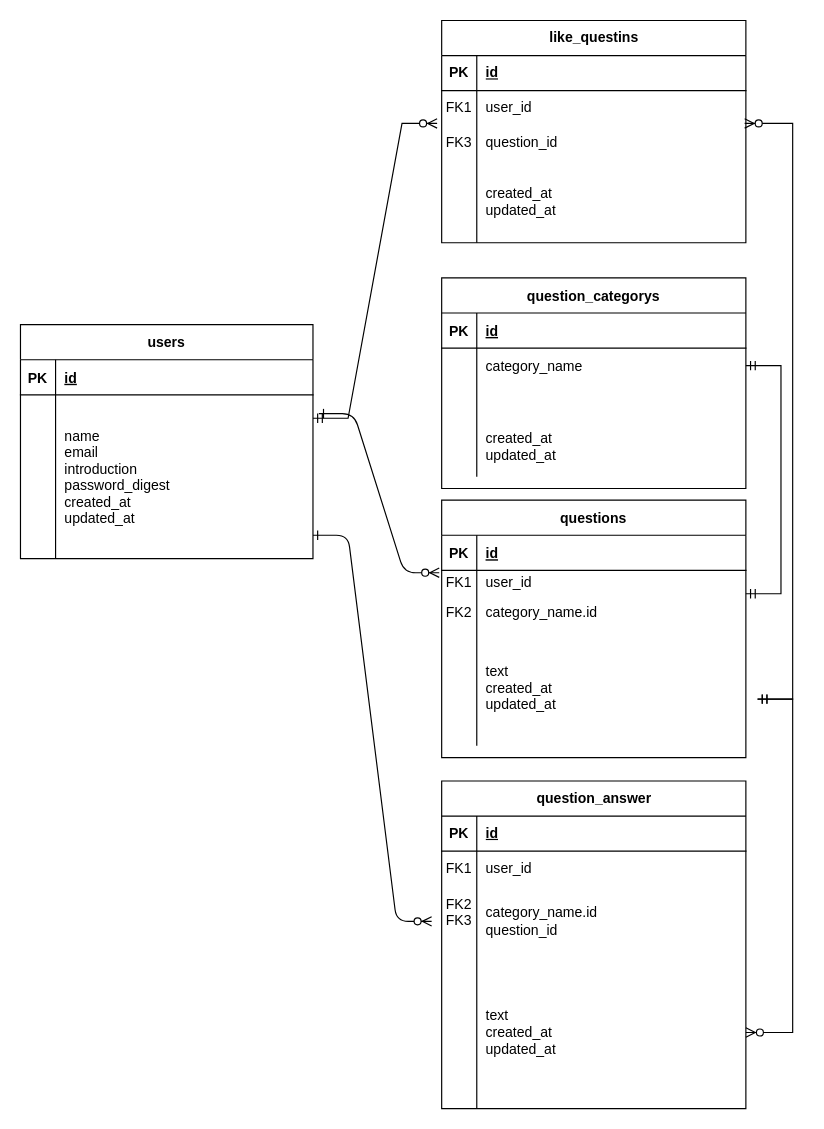
This is Webアプリのテーブル設計（練習）.drawio from nanase-84/-, a draw.io file, before an edit. Source tidied: cells renumbered, new cells numbered last; positions are measured from the earlier drawing's top-left corner, leaving out a move shared by most shapes. Both pictures are drawn from the tidied source at 117%, with x=0, y=0 at pixel (20, 20).
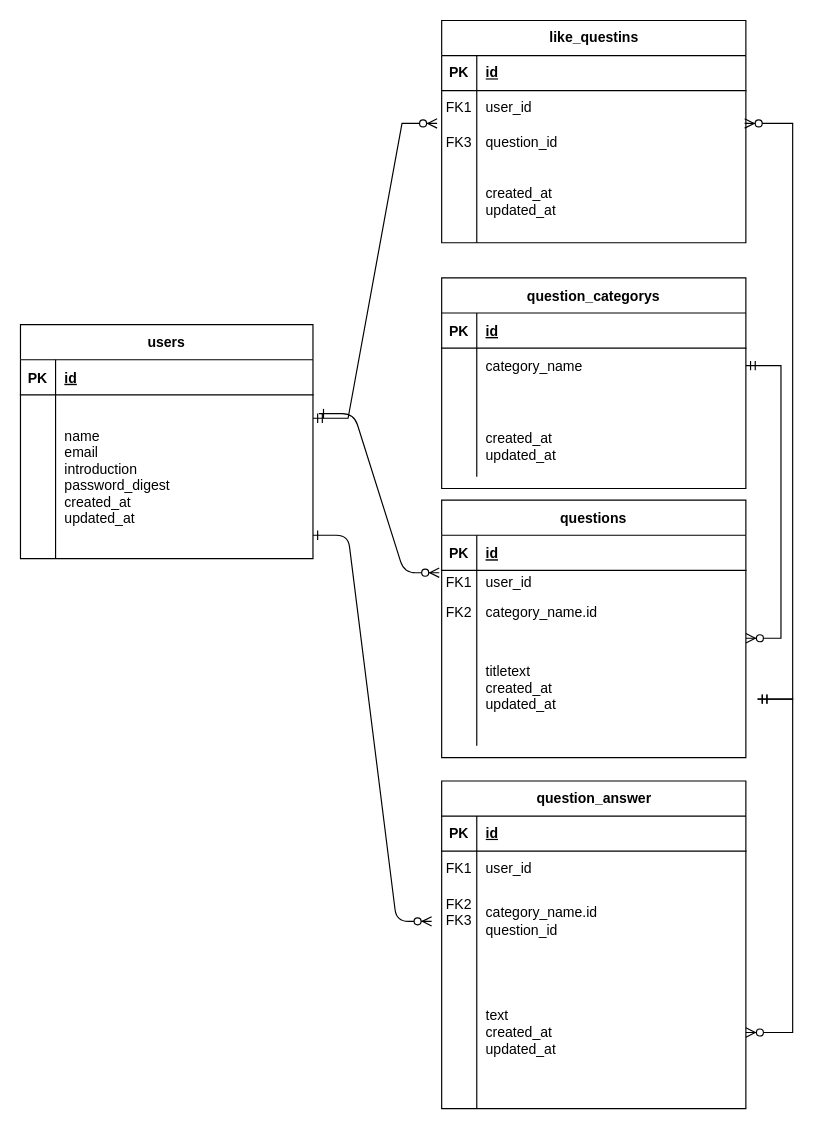
The same page after the edit.

Commit message (it also covers changes not shown here):
Webアプリのテーブル設計（練習）.drawio を更新します

Unchanged cells that the change refers to:
```xml
<mxCell id="8" style="shape=partialRectangle;fillColor=none;points=[[0,0.5],[1,0.5]];portConstraint=eastwest;top=0;left=0;right=0;bottom=0;" parent="4" vertex="1">
  <mxGeometry y="60" width="260" height="30" as="geometry" />
</mxCell>
<mxCell id="24" style="shape=partialRectangle;fillColor=none;points=[[0,0.5],[1,0.5]];portConstraint=eastwest;top=0;left=0;right=0;bottom=0;" parent="14" vertex="1">
  <mxGeometry y="110" width="260" height="100" as="geometry" />
</mxCell>
```

Change to the diagram source:
```diff
@@
-    <mxCell id="26" value="text&#10;created_at&#10;updated_at" style="shape=partialRectangle;overflow=hidden;fillColor=none;top=0;left=0;bottom=0;right=0;align=left;spacingLeft=6;" parent="24" vertex="1">
+    <mxCell id="26" value="titletext&#10;created_at&#10;updated_at" style="shape=partialRectangle;overflow=hidden;fillColor=none;top=0;left=0;bottom=0;right=0;align=left;spacingLeft=6;" parent="24" vertex="1">
       <mxGeometry x="30" width="230" height="100" as="geometry" />
     </mxCell>
@@
-    <mxCell id="34" style="edgeStyle=entityRelationEdgeStyle;fontSize=12;html=1;endArrow=ERmandOne;startArrow=ERmandOne;rounded=0;entryX=1;entryY=0.5;entryDx=0;entryDy=0;" parent="1" edge="1" target="8">
-      <mxGeometry relative="1" as="geometry">
-        <mxPoint x="620" y="490" as="sourcePoint" />
-      </mxGeometry>
-    </mxCell>
@@
+    <mxCell id="64" style="edgeStyle=entityRelationEdgeStyle;fontSize=12;html=1;endArrow=ERzeroToMany;startArrow=ERmandOne;rounded=0;exitX=1;exitY=0.5;exitDx=0;exitDy=0;entryX=1;entryY=0.08;entryDx=0;entryDy=0;entryPerimeter=0;" parent="1" edge="1" source="8" target="24">
+      <mxGeometry relative="1" as="geometry">
+        <Array as="points">
+          <mxPoint x="760" y="440" />
+        </Array>
+      </mxGeometry>
+    </mxCell>
```
